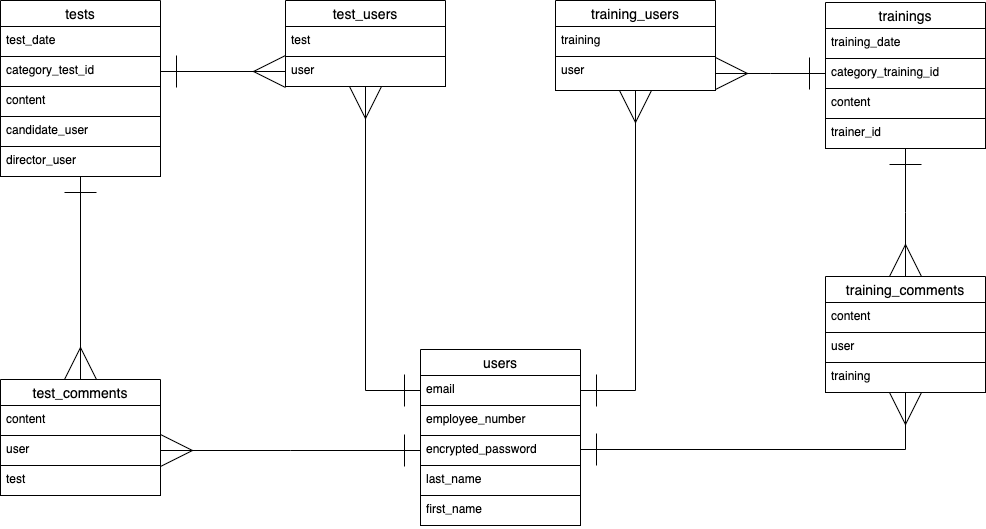
The draw.io diagram trainingAppER.drawio.png in matsuikohei/trainingApp, before a commit. Source tidied: cells renumbered, new cells last; positions are measured from the earlier drawing's top-left corner, leaving out a move shared by most shapes.
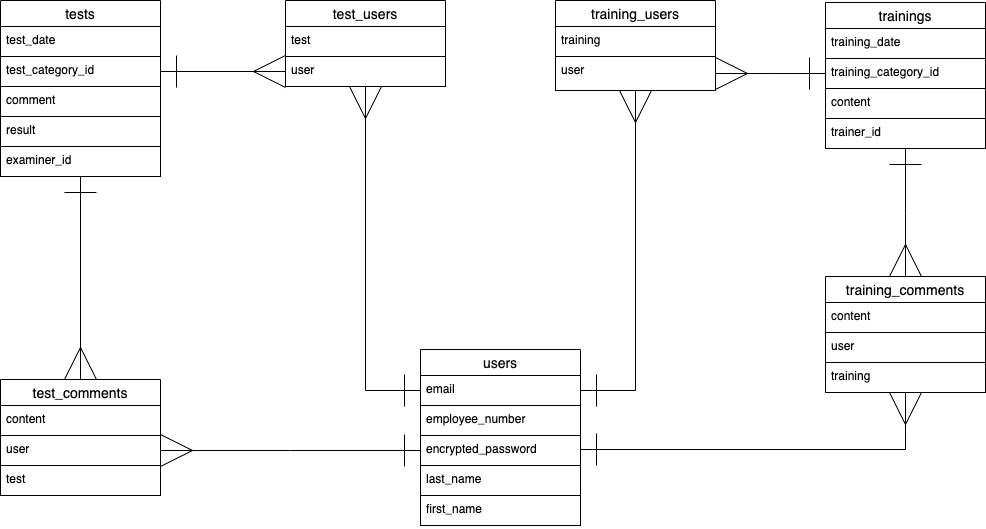
The same file after the commit.

Commit message:
ER図、状態遷移図の修正

What changed in the source:
```diff
@@ -26,7 +26,7 @@
     <mxCell id="9" value="training_date" style="text;strokeColor=default;fillColor=none;spacingLeft=4;spacingRight=4;overflow=hidden;fontSize=12;" parent="8" vertex="1">
       <mxGeometry y="26" width="160" height="30" as="geometry" />
     </mxCell>
-    <mxCell id="10" value="category_training_id" style="text;strokeColor=default;fillColor=none;spacingLeft=4;spacingRight=4;overflow=hidden;points=[[0,0.5],[1,0.5]];portConstraint=eastwest;fontSize=12;" parent="8" vertex="1">
+    <mxCell id="10" value="training_category_id" style="text;strokeColor=default;fillColor=none;spacingLeft=4;spacingRight=4;overflow=hidden;points=[[0,0.5],[1,0.5]];portConstraint=eastwest;fontSize=12;" parent="8" vertex="1">
       <mxGeometry y="56" width="160" height="30" as="geometry" />
     </mxCell>
     <mxCell id="11" value="content" style="text;strokeColor=default;fillColor=none;spacingLeft=4;spacingRight=4;overflow=hidden;fontSize=12;" parent="8" vertex="1">
@@ -41,16 +41,16 @@
     <mxCell id="14" value="test_date" style="text;strokeColor=default;fillColor=none;spacingLeft=4;spacingRight=4;overflow=hidden;fontSize=12;" parent="13" vertex="1">
       <mxGeometry y="26" width="160" height="30" as="geometry" />
     </mxCell>
-    <mxCell id="15" value="category_test_id" style="text;strokeColor=default;fillColor=none;spacingLeft=4;spacingRight=4;overflow=hidden;points=[[0,0.5],[1,0.5]];portConstraint=eastwest;fontSize=12;" parent="13" vertex="1">
+    <mxCell id="15" value="test_category_id" style="text;strokeColor=default;fillColor=none;spacingLeft=4;spacingRight=4;overflow=hidden;points=[[0,0.5],[1,0.5]];portConstraint=eastwest;fontSize=12;" parent="13" vertex="1">
       <mxGeometry y="56" width="160" height="30" as="geometry" />
     </mxCell>
-    <mxCell id="16" value="content" style="text;strokeColor=default;fillColor=none;spacingLeft=4;spacingRight=4;overflow=hidden;fontSize=12;" parent="13" vertex="1">
+    <mxCell id="16" value="comment" style="text;strokeColor=default;fillColor=none;spacingLeft=4;spacingRight=4;overflow=hidden;fontSize=12;" parent="13" vertex="1">
       <mxGeometry y="86" width="160" height="30" as="geometry" />
     </mxCell>
-    <mxCell id="17" value="candidate_user" style="text;strokeColor=default;fillColor=none;spacingLeft=4;spacingRight=4;overflow=hidden;fontSize=12;" parent="13" vertex="1">
-      <mxGeometry y="116" width="160" height="30" as="geometry" />
-    </mxCell>
+    <mxCell id="41" value="result" style="text;strokeColor=default;fillColor=none;spacingLeft=4;spacingRight=4;overflow=hidden;fontSize=12;" parent="13" vertex="1">
+      <mxGeometry y="116" width="160" height="30" as="geometry" />
+    </mxCell>
-    <mxCell id="18" value="director_user" style="text;strokeColor=default;fillColor=none;spacingLeft=4;spacingRight=4;overflow=hidden;points=[[0,0.5],[1,0.5]];portConstraint=eastwest;fontSize=12;" parent="13" vertex="1">
+    <mxCell id="18" value="examiner_id" style="text;strokeColor=default;fillColor=none;spacingLeft=4;spacingRight=4;overflow=hidden;points=[[0,0.5],[1,0.5]];portConstraint=eastwest;fontSize=12;" parent="13" vertex="1">
       <mxGeometry y="146" width="160" height="30" as="geometry" />
     </mxCell>
     <mxCell id="19" value="test_comments" style="swimlane;fontStyle=0;horizontal=1;startSize=26;align=center;fontSize=14;" parent="1" vertex="1">
```
